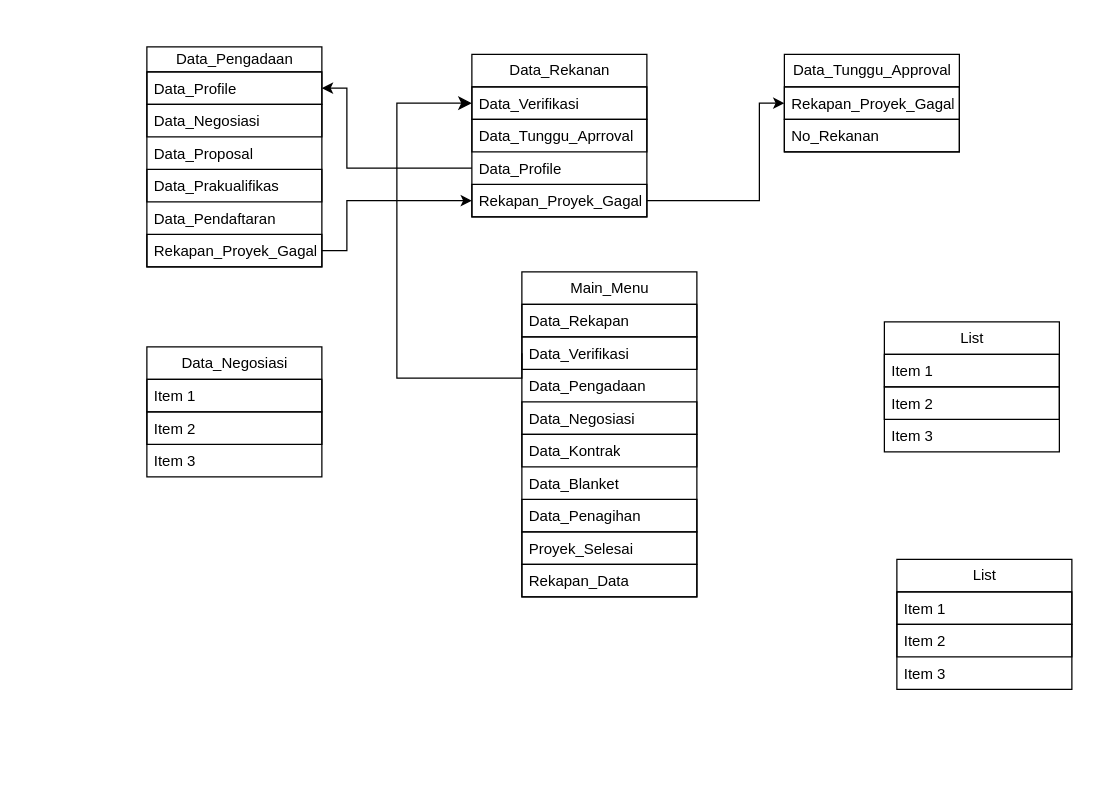
The draw.io diagram Logical_data_Diagram.drawio in Tian7877/Hanoi_Tower, before the edit. Source tidied: cells renumbered, new cells numbered last; positions are measured from the earlier drawing's top-left corner, leaving out a move shared by most shapes. Both pictures are drawn from the tidied source at 125%, with x=0, y=0 at pixel (146, 46).
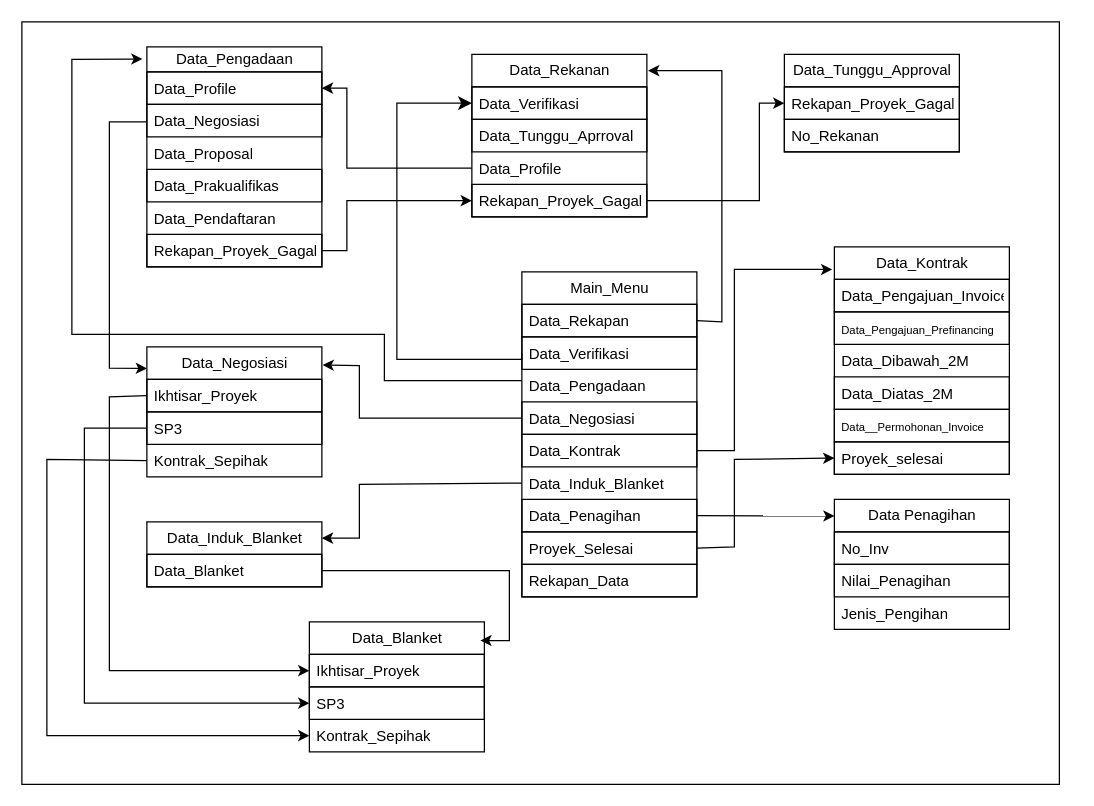
The same diagram, later.

The change refers to these unchanged cells:
```xml
<mxCell id="2" value="Main_Menu" style="swimlane;fontStyle=0;horizontal=1;startSize=26;fillColor=none;html=1;" parent="1" vertex="1">
  <mxGeometry x="300" y="180" width="140" height="260" as="geometry" />
</mxCell>
<mxCell id="3" value="Data_Rekapan" style="text;strokeColor=default;fillColor=none;align=left;verticalAlign=top;spacingLeft=4;spacingRight=4;overflow=hidden;points=[[0,0.5],[1,0.5]];portConstraint=eastwest;whiteSpace=wrap;html=1;" parent="2" vertex="1">
  <mxGeometry y="26" width="140" height="26" as="geometry" />
</mxCell>
<mxCell id="4" value="Data_Verifikasi" style="text;strokeColor=default;fillColor=none;align=left;verticalAlign=top;spacingLeft=4;spacingRight=4;overflow=hidden;points=[[0,0.5],[1,0.5]];portConstraint=eastwest;whiteSpace=wrap;html=1;" parent="2" vertex="1">
  <mxGeometry y="52" width="140" height="26" as="geometry" />
</mxCell>
<mxCell id="6" value="Data_Negosiasi" style="text;strokeColor=default;fillColor=none;align=left;verticalAlign=top;spacingLeft=4;spacingRight=4;overflow=hidden;points=[[0,0.5],[1,0.5]];portConstraint=eastwest;whiteSpace=wrap;html=1;" parent="2" vertex="1">
  <mxGeometry y="104" width="140" height="26" as="geometry" />
</mxCell>
<mxCell id="7" value="Data_Kontrak" style="text;strokeColor=default;fillColor=none;align=left;verticalAlign=top;spacingLeft=4;spacingRight=4;overflow=hidden;points=[[0,0.5],[1,0.5]];portConstraint=eastwest;whiteSpace=wrap;html=1;" parent="2" vertex="1">
  <mxGeometry y="130" width="140" height="26" as="geometry" />
</mxCell>
<mxCell id="9" value="Data_Penagihan" style="text;strokeColor=default;fillColor=none;align=left;verticalAlign=top;spacingLeft=4;spacingRight=4;overflow=hidden;points=[[0,0.5],[1,0.5]];portConstraint=eastwest;whiteSpace=wrap;html=1;" parent="2" vertex="1">
  <mxGeometry y="182" width="140" height="26" as="geometry" />
</mxCell>
<mxCell id="10" value="Proyek_Selesai&amp;nbsp;" style="text;strokeColor=default;fillColor=none;align=left;verticalAlign=top;spacingLeft=4;spacingRight=4;overflow=hidden;points=[[0,0.5],[1,0.5]];portConstraint=eastwest;whiteSpace=wrap;html=1;" parent="2" vertex="1">
  <mxGeometry y="208" width="140" height="26" as="geometry" />
</mxCell>
<mxCell id="15" value="Data_Rekanan" style="swimlane;fontStyle=0;horizontal=1;startSize=26;fillColor=none;html=1;" parent="1" vertex="1">
  <mxGeometry x="260" y="6" width="140" height="130" as="geometry" />
</mxCell>
<mxCell id="16" value="Data_Verifikasi" style="text;strokeColor=default;fillColor=none;align=left;verticalAlign=top;spacingLeft=4;spacingRight=4;overflow=hidden;points=[[0,0.5],[1,0.5]];portConstraint=eastwest;whiteSpace=wrap;html=1;" parent="15" vertex="1">
  <mxGeometry y="26" width="140" height="26" as="geometry" />
</mxCell>
<mxCell id="20" value="Data_Pengadaan" style="swimlane;fontStyle=0;horizontal=1;startSize=20;fillColor=none;html=1;" parent="1" vertex="1">
  <mxGeometry width="140" height="176" as="geometry" />
</mxCell>
<mxCell id="35" value="Data_Negosiasi" style="swimlane;fontStyle=0;horizontal=1;startSize=26;fillColor=none;html=1;" parent="1" vertex="1">
  <mxGeometry y="240" width="140" height="104" as="geometry" />
</mxCell>
```

What changed in the source:
```diff
@@
-    <mxCell id="8" value="Data_Blanket" style="text;strokeColor=none;fillColor=none;align=left;verticalAlign=top;spacingLeft=4;spacingRight=4;overflow=hidden;points=[[0,0.5],[1,0.5]];portConstraint=eastwest;whiteSpace=wrap;html=1;" parent="2" vertex="1">
+    <mxCell id="8" value="Data_Induk_Blanket" style="text;strokeColor=none;fillColor=none;align=left;verticalAlign=top;spacingLeft=4;spacingRight=4;overflow=hidden;points=[[0,0.5],[1,0.5]];portConstraint=eastwest;whiteSpace=wrap;html=1;" parent="2" vertex="1">
       <mxGeometry y="156" width="140" height="26" as="geometry" />
     </mxCell>
@@
-    <mxCell id="27" value="List" style="swimlane;fontStyle=0;horizontal=1;startSize=26;fillColor=none;html=1;" parent="1" vertex="1">
-      <mxGeometry x="590" y="220" width="140" height="104" as="geometry" />
+    <mxCell id="27" value="Data_Kontrak" style="swimlane;fontStyle=0;horizontal=1;startSize=26;fillColor=none;html=1;" parent="1" vertex="1">
+      <mxGeometry x="550" y="160" width="140" height="182" as="geometry" />
     </mxCell>
-    <mxCell id="28" value="Item 1" style="text;strokeColor=default;fillColor=none;align=left;verticalAlign=top;spacingLeft=4;spacingRight=4;overflow=hidden;whiteSpace=wrap;html=1;" parent="27" vertex="1">
+    <mxCell id="28" value="Data_Pengajuan_Invoice" style="text;strokeColor=default;fillColor=none;align=left;verticalAlign=top;spacingLeft=4;spacingRight=4;overflow=hidden;whiteSpace=wrap;html=1;" parent="27" vertex="1">
       <mxGeometry y="26" width="140" height="26" as="geometry" />
     </mxCell>
-    <mxCell id="29" value="Item 2" style="text;strokeColor=default;fillColor=none;align=left;verticalAlign=top;spacingLeft=4;spacingRight=4;overflow=hidden;whiteSpace=wrap;html=1;" parent="27" vertex="1">
+    <mxCell id="29" value="&lt;font style=&quot;font-size: 9px;&quot;&gt;Data_Pengajuan_Prefinancing&lt;/font&gt;" style="text;strokeColor=default;fillColor=none;align=left;verticalAlign=top;spacingLeft=4;spacingRight=4;overflow=hidden;whiteSpace=wrap;html=1;" parent="27" vertex="1">
       <mxGeometry y="52" width="140" height="26" as="geometry" />
     </mxCell>
-    <mxCell id="30" value="Item 3" style="text;strokeColor=none;fillColor=none;align=left;verticalAlign=top;spacingLeft=4;spacingRight=4;overflow=hidden;whiteSpace=wrap;html=1;" parent="27" vertex="1">
+    <mxCell id="30" value="Data_Dibawah_2M" style="text;strokeColor=none;fillColor=none;align=left;verticalAlign=top;spacingLeft=4;spacingRight=4;overflow=hidden;whiteSpace=wrap;html=1;" parent="27" vertex="1">
       <mxGeometry y="78" width="140" height="26" as="geometry" />
     </mxCell>
+    <mxCell id="43" value="Data_Diatas_2M" style="text;strokeColor=default;fillColor=none;align=left;verticalAlign=top;spacingLeft=4;spacingRight=4;overflow=hidden;whiteSpace=wrap;html=1;" parent="27" vertex="1">
+      <mxGeometry y="104" width="140" height="26" as="geometry" />
+    </mxCell>
+    <mxCell id="44" value="&lt;font style=&quot;font-size: 9px;&quot;&gt;Data__Permohonan_Invoice&lt;/font&gt;" style="text;strokeColor=default;fillColor=none;align=left;verticalAlign=top;spacingLeft=4;spacingRight=4;overflow=hidden;whiteSpace=wrap;html=1;" parent="27" vertex="1">
+      <mxGeometry y="130" width="140" height="26" as="geometry" />
+    </mxCell>
+    <mxCell id="45" value="Proyek_selesai" style="text;strokeColor=default;fillColor=none;align=left;verticalAlign=top;spacingLeft=4;spacingRight=4;overflow=hidden;points=[[0,0.5],[1,0.5]];portConstraint=eastwest;whiteSpace=wrap;html=1;" parent="27" vertex="1">
+      <mxGeometry y="156" width="140" height="26" as="geometry" />
+    </mxCell>
-    <mxCell id="31" value="List" style="swimlane;fontStyle=0;horizontal=1;startSize=26;fillColor=none;html=1;" parent="1" vertex="1">
-      <mxGeometry x="600" y="410" width="140" height="104" as="geometry" />
+    <mxCell id="31" value="Data Penagihan" style="swimlane;fontStyle=0;horizontal=1;startSize=26;fillColor=none;html=1;" parent="1" vertex="1">
+      <mxGeometry x="550" y="362" width="140" height="104" as="geometry" />
     </mxCell>
-    <mxCell id="32" value="Item 1" style="text;strokeColor=default;fillColor=none;align=left;verticalAlign=top;spacingLeft=4;spacingRight=4;overflow=hidden;whiteSpace=wrap;html=1;" parent="31" vertex="1">
+    <mxCell id="32" value="No_Inv" style="text;strokeColor=default;fillColor=none;align=left;verticalAlign=top;spacingLeft=4;spacingRight=4;overflow=hidden;whiteSpace=wrap;html=1;" parent="31" vertex="1">
       <mxGeometry y="26" width="140" height="26" as="geometry" />
     </mxCell>
-    <mxCell id="33" value="Item 2" style="text;strokeColor=default;fillColor=none;align=left;verticalAlign=top;spacingLeft=4;spacingRight=4;overflow=hidden;whiteSpace=wrap;html=1;" parent="31" vertex="1">
+    <mxCell id="33" value="Nilai_Penagihan" style="text;strokeColor=default;fillColor=none;align=left;verticalAlign=top;spacingLeft=4;spacingRight=4;overflow=hidden;whiteSpace=wrap;html=1;" parent="31" vertex="1">
       <mxGeometry y="52" width="140" height="26" as="geometry" />
     </mxCell>
-    <mxCell id="34" value="Item 3" style="text;strokeColor=none;fillColor=none;align=left;verticalAlign=top;spacingLeft=4;spacingRight=4;overflow=hidden;whiteSpace=wrap;html=1;" parent="31" vertex="1">
+    <mxCell id="34" value="Jenis_Pengihan" style="text;strokeColor=none;fillColor=none;align=left;verticalAlign=top;spacingLeft=4;spacingRight=4;overflow=hidden;whiteSpace=wrap;html=1;" parent="31" vertex="1">
       <mxGeometry y="78" width="140" height="26" as="geometry" />
     </mxCell>
@@
-    <mxCell id="36" value="Item 1" style="text;strokeColor=default;fillColor=none;align=left;verticalAlign=top;spacingLeft=4;spacingRight=4;overflow=hidden;points=[[0,0.5],[1,0.5]];portConstraint=eastwest;whiteSpace=wrap;html=1;" parent="35" vertex="1">
+    <mxCell id="36" value="Ikhtisar_Proyek" style="text;strokeColor=default;fillColor=none;align=left;verticalAlign=top;spacingLeft=4;spacingRight=4;overflow=hidden;points=[[0,0.5],[1,0.5]];portConstraint=eastwest;whiteSpace=wrap;html=1;" parent="35" vertex="1">
       <mxGeometry y="26" width="140" height="26" as="geometry" />
     </mxCell>
-    <mxCell id="37" value="Item 2" style="text;strokeColor=default;fillColor=none;align=left;verticalAlign=top;spacingLeft=4;spacingRight=4;overflow=hidden;points=[[0,0.5],[1,0.5]];portConstraint=eastwest;whiteSpace=wrap;html=1;" parent="35" vertex="1">
+    <mxCell id="37" value="SP3" style="text;strokeColor=default;fillColor=none;align=left;verticalAlign=top;spacingLeft=4;spacingRight=4;overflow=hidden;points=[[0,0.5],[1,0.5]];portConstraint=eastwest;whiteSpace=wrap;html=1;" parent="35" vertex="1">
       <mxGeometry y="52" width="140" height="26" as="geometry" />
     </mxCell>
-    <mxCell id="38" value="Item 3" style="text;strokeColor=none;fillColor=none;align=left;verticalAlign=top;spacingLeft=4;spacingRight=4;overflow=hidden;points=[[0,0.5],[1,0.5]];portConstraint=eastwest;whiteSpace=wrap;html=1;" parent="35" vertex="1">
+    <mxCell id="38" value="Kontrak_Sepihak" style="text;strokeColor=none;fillColor=none;align=left;verticalAlign=top;spacingLeft=4;spacingRight=4;overflow=hidden;points=[[0,0.5],[1,0.5]];portConstraint=eastwest;whiteSpace=wrap;html=1;" parent="35" vertex="1">
       <mxGeometry y="78" width="140" height="26" as="geometry" />
     </mxCell>
     <mxCell id="39" style="edgeStyle=segmentEdgeStyle;endArrow=classic;html=1;curved=0;rounded=0;endSize=8;startSize=8;exitX=0;exitY=0.5;exitDx=0;exitDy=0;entryX=0;entryY=0.5;entryDx=0;entryDy=0;" parent="1" edge="1" source="4" target="16">
       <mxGeometry relative="1" as="geometry">
         <Array as="points">
-          <mxPoint x="200" y="265" />
+          <mxPoint x="300" y="250" />
+          <mxPoint x="200" y="250" />
           <mxPoint x="200" y="45" />
         </Array>
       </mxGeometry>
     </mxCell>
@@
+    <mxCell id="46" style="endArrow=classic;html=1;rounded=0;exitX=0;exitY=0.5;exitDx=0;exitDy=0;entryX=1.004;entryY=0.14;entryDx=0;entryDy=0;entryPerimeter=0;" parent="1" edge="1" source="6" target="35">
+      <mxGeometry relative="1" as="geometry">
+        <Array as="points">
+          <mxPoint x="170" y="297" />
+          <mxPoint x="170" y="255" />
+        </Array>
+      </mxGeometry>
+    </mxCell>
+    <mxCell id="47" style="endArrow=classic;html=1;rounded=0;entryX=0.001;entryY=0.166;entryDx=0;entryDy=0;entryPerimeter=0;" parent="1" edge="1" target="35">
+      <mxGeometry relative="1" as="geometry">
+        <mxPoint y="60" as="sourcePoint" />
+        <Array as="points">
+          <mxPoint x="-30" y="60" />
+          <mxPoint x="-30" y="257" />
+        </Array>
+      </mxGeometry>
+    </mxCell>
+    <mxCell id="48" style="endArrow=classic;html=1;rounded=0;exitX=1;exitY=0.5;exitDx=0;exitDy=0;entryX=-0.012;entryY=0.099;entryDx=0;entryDy=0;entryPerimeter=0;" parent="1" edge="1" source="7" target="27">
+      <mxGeometry relative="1" as="geometry">
+        <Array as="points">
+          <mxPoint x="470" y="323" />
+          <mxPoint x="470" y="178" />
+        </Array>
+      </mxGeometry>
+    </mxCell>
+    <mxCell id="49" style="endArrow=classic;html=1;rounded=0;exitX=1;exitY=0.5;exitDx=0;exitDy=0;entryX=1.007;entryY=0.1;entryDx=0;entryDy=0;entryPerimeter=0;" parent="1" edge="1" source="3" target="15">
+      <mxGeometry relative="1" as="geometry">
+        <Array as="points">
+          <mxPoint x="460" y="220" />
+          <mxPoint x="460" y="19" />
+        </Array>
+      </mxGeometry>
+    </mxCell>
+    <mxCell id="50" style="endArrow=classic;html=1;rounded=0;exitX=0;exitY=0.5;exitDx=0;exitDy=0;entryX=-0.025;entryY=0.055;entryDx=0;entryDy=0;entryPerimeter=0;" parent="1" edge="1" target="20">
+      <mxGeometry relative="1" as="geometry">
+        <mxPoint x="300" y="267" as="sourcePoint" />
+        <Array as="points">
+          <mxPoint x="190" y="267" />
+          <mxPoint x="190" y="230" />
+          <mxPoint x="-60" y="230" />
+          <mxPoint x="-60" y="120" />
+          <mxPoint x="-60" y="10" />
+        </Array>
+      </mxGeometry>
+    </mxCell>
+    <mxCell id="51" style="endArrow=classic;html=1;rounded=0;exitX=1;exitY=0.5;exitDx=0;exitDy=0;entryX=0.001;entryY=0.128;entryDx=0;entryDy=0;entryPerimeter=0;" parent="1" edge="1" source="9" target="31">
+      <mxGeometry relative="1" as="geometry" />
+    </mxCell>
+    <mxCell id="52" value="Data_Induk_Blanket" style="swimlane;fontStyle=0;horizontal=1;startSize=26;fillColor=none;html=1;" parent="1" vertex="1">
+      <mxGeometry y="380" width="140" height="52" as="geometry" />
+    </mxCell>
+    <mxCell id="53" value="Data_Blanket" style="text;strokeColor=default;fillColor=none;align=left;verticalAlign=top;spacingLeft=4;spacingRight=4;overflow=hidden;points=[[0,0.5],[1,0.5]];portConstraint=eastwest;whiteSpace=wrap;html=1;" parent="52" vertex="1">
+      <mxGeometry y="26" width="140" height="26" as="geometry" />
+    </mxCell>
+    <mxCell id="54" value="Data_Blanket" style="swimlane;fontStyle=0;horizontal=1;startSize=26;fillColor=none;html=1;" parent="1" vertex="1">
+      <mxGeometry x="130" y="460" width="140" height="104" as="geometry" />
+    </mxCell>
+    <mxCell id="55" value="Ikhtisar_Proyek" style="text;strokeColor=default;fillColor=none;align=left;verticalAlign=top;spacingLeft=4;spacingRight=4;overflow=hidden;points=[[0,0.5],[1,0.5]];portConstraint=eastwest;whiteSpace=wrap;html=1;" parent="54" vertex="1">
+      <mxGeometry y="26" width="140" height="26" as="geometry" />
+    </mxCell>
+    <mxCell id="56" value="SP3" style="text;strokeColor=default;fillColor=none;align=left;verticalAlign=top;spacingLeft=4;spacingRight=4;overflow=hidden;points=[[0,0.5],[1,0.5]];portConstraint=eastwest;whiteSpace=wrap;html=1;" parent="54" vertex="1">
+      <mxGeometry y="52" width="140" height="26" as="geometry" />
+    </mxCell>
+    <mxCell id="57" value="Kontrak_Sepihak" style="text;strokeColor=none;fillColor=none;align=left;verticalAlign=top;spacingLeft=4;spacingRight=4;overflow=hidden;points=[[0,0.5],[1,0.5]];portConstraint=eastwest;whiteSpace=wrap;html=1;" parent="54" vertex="1">
+      <mxGeometry y="78" width="140" height="26" as="geometry" />
+    </mxCell>
+    <mxCell id="58" style="endArrow=classic;html=1;rounded=0;exitX=0;exitY=0.5;exitDx=0;exitDy=0;entryX=1;entryY=0.25;entryDx=0;entryDy=0;" parent="1" edge="1" source="8" target="52">
+      <mxGeometry relative="1" as="geometry">
+        <Array as="points">
+          <mxPoint x="170" y="350" />
+          <mxPoint x="170" y="393" />
+        </Array>
+      </mxGeometry>
+    </mxCell>
+    <mxCell id="59" style="endArrow=classic;html=1;rounded=0;exitX=1;exitY=0.5;exitDx=0;exitDy=0;entryX=0.977;entryY=0.144;entryDx=0;entryDy=0;entryPerimeter=0;" parent="1" edge="1" source="53" target="54">
+      <mxGeometry relative="1" as="geometry">
+        <Array as="points">
+          <mxPoint x="290" y="419" />
+          <mxPoint x="290" y="475" />
+        </Array>
+      </mxGeometry>
+    </mxCell>
+    <mxCell id="60" style="endArrow=classic;html=1;rounded=0;exitX=0;exitY=0.5;exitDx=0;exitDy=0;entryX=0;entryY=0.5;entryDx=0;entryDy=0;" parent="1" edge="1" source="36" target="55">
+      <mxGeometry relative="1" as="geometry">
+        <Array as="points">
+          <mxPoint x="-30" y="280" />
+          <mxPoint x="-30" y="499" />
+        </Array>
+      </mxGeometry>
+    </mxCell>
+    <mxCell id="61" style="endArrow=classic;html=1;rounded=0;exitX=0;exitY=0.5;exitDx=0;exitDy=0;entryX=0;entryY=0.5;entryDx=0;entryDy=0;" parent="1" edge="1" source="37" target="56">
+      <mxGeometry relative="1" as="geometry">
+        <Array as="points">
+          <mxPoint x="-50" y="305" />
+          <mxPoint x="-50" y="525" />
+        </Array>
+      </mxGeometry>
+    </mxCell>
+    <mxCell id="62" style="endArrow=classic;html=1;rounded=0;exitX=0;exitY=0.5;exitDx=0;exitDy=0;entryX=0;entryY=0.5;entryDx=0;entryDy=0;" parent="1" edge="1" source="38" target="57">
+      <mxGeometry relative="1" as="geometry">
+        <Array as="points">
+          <mxPoint x="-80" y="330" />
+          <mxPoint x="-80" y="551" />
+        </Array>
+      </mxGeometry>
+    </mxCell>
+    <mxCell id="63" style="endArrow=classic;html=1;rounded=0;exitX=1;exitY=0.5;exitDx=0;exitDy=0;entryX=0;entryY=0.5;entryDx=0;entryDy=0;" parent="1" edge="1" source="10" target="45">
+      <mxGeometry relative="1" as="geometry">
+        <Array as="points">
+          <mxPoint x="470" y="400" />
+          <mxPoint x="470" y="330" />
+        </Array>
+      </mxGeometry>
+    </mxCell>
+    <mxCell id="64" style="rounded=0;whiteSpace=wrap;html=1;fillColor=none;" parent="1" vertex="1">
+      <mxGeometry x="-100" y="-20" width="830" height="610" as="geometry" />
+    </mxCell>
```
